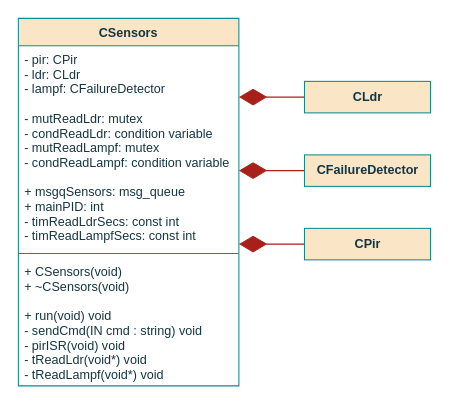
Above: page "class" (1 of 7) of documentation/flowcharts/02Classes/CSensors.drawio in ESRGgroup9/slipad (draw.io), before the change. Source tidied: cells renumbered, new cells numbered last; positions are measured from the earlier drawing's top-left corner, leaving out a move shared by most shapes. Both pictures are drawn from the tidied source at 105%, with x=0, y=0 at pixel (18, 18).
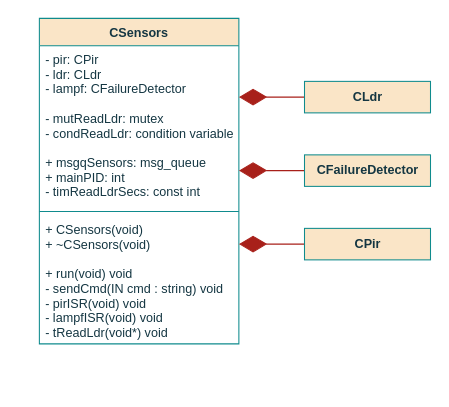
The same diagram, later.

Change to the diagram source:
```diff
@@
 <mxGraphModel>
   <root>
     <mxCell id="0" />
     <mxCell id="1" parent="0" />
     <mxCell id="2" value="CSensors" style="swimlane;fontStyle=1;align=center;verticalAlign=top;horizontal=1;startSize=26;fillColor=#FAE5C7;strokeColor=#0F8B8D;fontColor=#143642;" parent="1" vertex="1">
-      <mxGeometry width="210" height="350" as="geometry" />
+      <mxGeometry x="20" width="190" height="310" as="geometry" />
     </mxCell>
-    <mxCell id="3" value="- pir: CPir&#10;- ldr: CLdr&#10;- lampf: CFailureDetector&#10;&#10;- mutReadLdr: mutex&#10;- condReadLdr: condition variable&#10;- mutReadLampf: mutex&#10;- condReadLampf: condition variable&#10;&#10;+ msgqSensors: msg_queue&#10;+ mainPID: int&#10;- timReadLdrSecs: const int&#10;- timReadLampfSecs: const int&#10;&#10;&#10;" style="text;strokeColor=none;fillColor=none;align=left;verticalAlign=top;spacingLeft=4;spacingRight=4;overflow=hidden;fontColor=#143642;fontStyle=0;" parent="2" vertex="1">
-      <mxGeometry y="26" width="210" height="194" as="geometry" />
+    <mxCell id="3" value="- pir: CPir&#10;- ldr: CLdr&#10;- lampf: CFailureDetector&#10;&#10;- mutReadLdr: mutex&#10;- condReadLdr: condition variable&#10;&#10;+ msgqSensors: msg_queue&#10;+ mainPID: int&#10;- timReadLdrSecs: const int&#10;&#10;&#10;" style="text;strokeColor=none;fillColor=none;align=left;verticalAlign=top;spacingLeft=4;spacingRight=4;overflow=hidden;fontColor=#143642;fontStyle=0;" parent="2" vertex="1">
+      <mxGeometry y="26" width="190" height="154" as="geometry" />
     </mxCell>
     <mxCell id="4" style="line;strokeWidth=1;fillColor=none;align=left;verticalAlign=middle;spacingTop=-1;spacingLeft=3;spacingRight=3;labelPosition=right;labelBackgroundColor=#DAD2D8;strokeColor=#0F8B8D;fontColor=#143642;" parent="2" vertex="1">
-      <mxGeometry y="220" width="210" height="8" as="geometry" />
+      <mxGeometry y="180" width="190" height="8" as="geometry" />
     </mxCell>
-    <mxCell id="5" value="+ CSensors(void)&#10;+ ~CSensors(void)&#10;&#10;+ run(void) void&#10;- sendCmd(IN cmd : string) void&#10;- pirISR(void) void&#10;- tReadLdr(void*) void&#10;- tReadLampf(void*) void&#10;&#10;&#10;&#10;&#10;" style="text;strokeColor=none;fillColor=none;align=left;verticalAlign=top;spacingLeft=4;spacingRight=4;overflow=hidden;fontColor=#143642;spacing=2;fontStyle=0;" parent="2" vertex="1">
-      <mxGeometry y="228" width="210" height="122" as="geometry" />
+    <mxCell id="5" value="+ CSensors(void)&#10;+ ~CSensors(void)&#10;&#10;+ run(void) void&#10;- sendCmd(IN cmd : string) void&#10;- pirISR(void) void&#10;- lampfISR(void) void&#10;- tReadLdr(void*) void&#10;&#10;&#10;&#10;&#10;" style="text;strokeColor=none;fillColor=none;align=left;verticalAlign=top;spacingLeft=4;spacingRight=4;overflow=hidden;fontColor=#143642;spacing=2;fontStyle=0;" parent="2" vertex="1">
+      <mxGeometry y="188" width="190" height="122" as="geometry" />
     </mxCell>
     <mxCell id="6" style="endArrow=diamondThin;endFill=1;endSize=24;html=1;rounded=0;sketch=0;fontColor=#143642;strokeColor=#A8201A;fillColor=#FAE5C7;exitX=0;exitY=0.5;exitDx=0;exitDy=0;" parent="1" edge="1">
       <mxGeometry relative="1" as="geometry">
         <mxPoint x="272.5" y="75" as="sourcePoint" />
         <mxPoint x="210" y="75" as="targetPoint" />
       </mxGeometry>
     </mxCell>
     <mxCell id="7" value="CLdr" style="rounded=0;whiteSpace=wrap;html=1;sketch=0;fontColor=#143642;strokeColor=#0F8B8D;fillColor=#FAE5C7;fontStyle=1;" parent="1" vertex="1">
       <mxGeometry x="272.5" y="60" width="120" height="30" as="geometry" />
     </mxCell>
     <mxCell id="8" style="endArrow=diamondThin;endFill=1;endSize=24;html=1;rounded=0;sketch=0;fontColor=#143642;strokeColor=#A8201A;fillColor=#FAE5C7;exitX=0;exitY=0.5;exitDx=0;exitDy=0;" parent="1" edge="1">
       <mxGeometry relative="1" as="geometry">
         <mxPoint x="272.5" y="145" as="sourcePoint" />
         <mxPoint x="210" y="145" as="targetPoint" />
       </mxGeometry>
     </mxCell>
     <mxCell id="9" value="CFailureDetector" style="rounded=0;whiteSpace=wrap;html=1;sketch=0;fontColor=#143642;strokeColor=#0F8B8D;fillColor=#FAE5C7;fontStyle=1;" parent="1" vertex="1">
       <mxGeometry x="272.5" y="130" width="120" height="30" as="geometry" />
     </mxCell>
     <mxCell id="10" style="endArrow=diamondThin;endFill=1;endSize=24;html=1;rounded=0;sketch=0;fontColor=#143642;strokeColor=#A8201A;fillColor=#FAE5C7;exitX=0;exitY=0.5;exitDx=0;exitDy=0;" parent="1" edge="1">
       <mxGeometry relative="1" as="geometry">
         <mxPoint x="272.5" y="215" as="sourcePoint" />
         <mxPoint x="210" y="215" as="targetPoint" />
       </mxGeometry>
     </mxCell>
     <mxCell id="11" value="CPir" style="rounded=0;whiteSpace=wrap;html=1;sketch=0;fontColor=#143642;strokeColor=#0F8B8D;fillColor=#FAE5C7;fontStyle=1;" parent="1" vertex="1">
       <mxGeometry x="272.5" y="200" width="120" height="30" as="geometry" />
     </mxCell>
   </root>
 </mxGraphModel>
```
